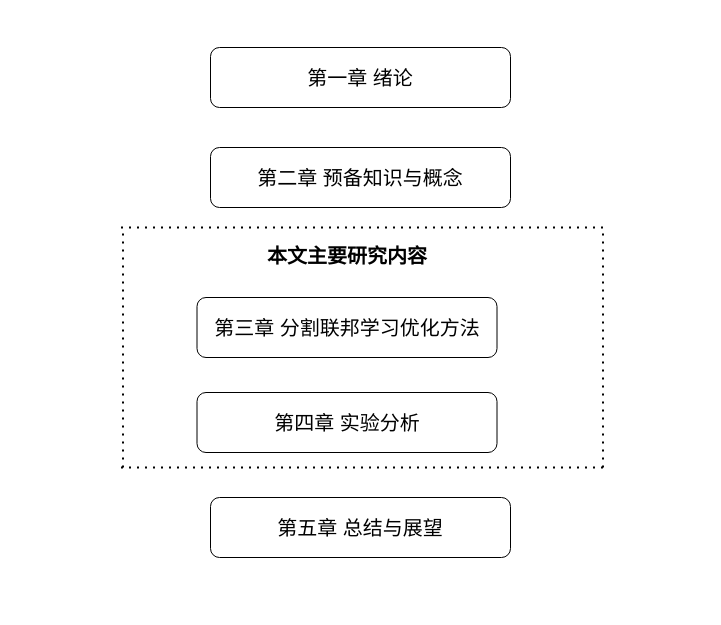
The draw.io diagram 论文组织结构图.drawio in XiaoWenZz/draw-io, before the edit. Source tidied: cells renumbered, new cells numbered last; positions are measured from the earlier drawing's top-left corner, leaving out a move shared by most shapes. Both pictures are drawn from the tidied source at 100%, with x=0, y=0 at pixel (118, 47).
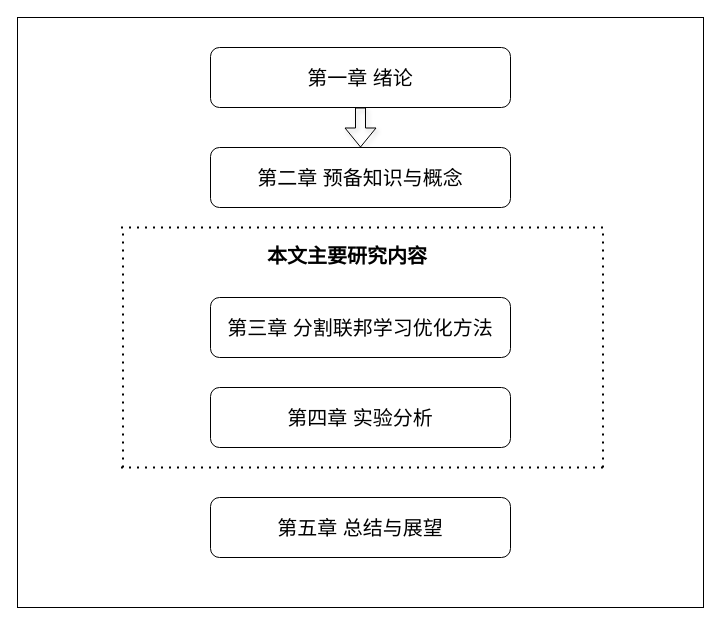
Above is the later version.

Commit message (it also covers changes not shown here):
更新论文组织结构图.drawio

Diff of the diagram source:
```diff
@@
 <mxGraphModel>
   <root>
     <mxCell id="0" />
     <mxCell id="1" parent="0" />
+    <mxCell id="13" style="rounded=0;whiteSpace=wrap;html=1;" parent="1" vertex="1">
+      <mxGeometry x="-101" y="-30" width="686" height="590" as="geometry" />
+    </mxCell>
+    <mxCell id="14" style="edgeStyle=orthogonalEdgeStyle;rounded=0;jettySize=auto;html=1;exitX=0.5;exitY=1;exitDx=0;exitDy=0;entryX=0.5;entryY=0;entryDx=0;entryDy=0;shadow=1;curved=0;shape=flexArrow;endArrow=block;" parent="1" edge="1" source="2" target="3">
+      <mxGeometry relative="1" as="geometry" />
+    </mxCell>
     <mxCell id="2" value="&lt;font style=&quot;font-size: 20px;&quot;&gt;&lt;font style=&quot;&quot;&gt;第一章&lt;/font&gt;&lt;font style=&quot;&quot;&gt; 绪论&lt;/font&gt;&lt;/font&gt;" style="rounded=1;whiteSpace=wrap;html=1;" parent="1" vertex="1">
       <mxGeometry x="92" width="300" height="60" as="geometry" />
     </mxCell>
     <mxCell id="3" value="&lt;font style=&quot;font-size: 20px;&quot;&gt;第二章 预备知识与概念&lt;/font&gt;" style="rounded=1;whiteSpace=wrap;html=1;" parent="1" vertex="1">
       <mxGeometry x="92" y="100" width="300" height="60" as="geometry" />
     </mxCell>
     <mxCell id="4" value="&lt;font style=&quot;font-size: 20px;&quot;&gt;第五章 总结与展望&lt;/font&gt;" style="rounded=1;whiteSpace=wrap;html=1;" parent="1" vertex="1">
       <mxGeometry x="92" y="450" width="300" height="60" as="geometry" />
     </mxCell>
     <mxCell id="5" style="group;" parent="1" vertex="1">
       <mxGeometry x="-0.5" y="180" width="485" height="240" as="geometry" />
     </mxCell>
     <mxCell id="6" style="endArrow=none;dashed=1;html=1;dashPattern=1 3;strokeWidth=2;rounded=0;" parent="5" edge="1">
       <mxGeometry relative="1" as="geometry">
         <mxPoint x="5" y="240" as="sourcePoint" />
         <mxPoint x="5" as="targetPoint" />
       </mxGeometry>
     </mxCell>
     <mxCell id="7" style="endArrow=none;dashed=1;html=1;dashPattern=1 3;strokeWidth=2;rounded=0;" parent="5" edge="1">
       <mxGeometry relative="1" as="geometry">
         <mxPoint x="485" as="sourcePoint" />
         <mxPoint as="targetPoint" />
       </mxGeometry>
     </mxCell>
     <mxCell id="8" style="endArrow=none;dashed=1;html=1;dashPattern=1 3;strokeWidth=2;rounded=0;" parent="5" edge="1">
       <mxGeometry relative="1" as="geometry">
         <mxPoint x="485" y="240" as="sourcePoint" />
         <mxPoint y="240" as="targetPoint" />
       </mxGeometry>
     </mxCell>
     <mxCell id="9" style="endArrow=none;dashed=1;html=1;dashPattern=1 3;strokeWidth=2;rounded=0;" parent="5" edge="1">
       <mxGeometry relative="1" as="geometry">
         <mxPoint x="485" y="240" as="sourcePoint" />
         <mxPoint x="485" as="targetPoint" />
       </mxGeometry>
     </mxCell>
     <mxCell id="10" value="&lt;b&gt;&lt;font style=&quot;font-size: 20px;&quot;&gt;本&lt;/font&gt;&lt;font style=&quot;background-color: transparent; font-size: 20px;&quot;&gt;文&lt;/font&gt;&lt;font style=&quot;background-color: transparent; font-size: 20px;&quot;&gt;主&lt;/font&gt;&lt;font style=&quot;background-color: transparent; font-size: 20px;&quot;&gt;要&lt;/font&gt;&lt;font style=&quot;background-color: transparent; font-size: 20px;&quot;&gt;研&lt;/font&gt;&lt;font style=&quot;background-color: transparent; font-size: 20px;&quot;&gt;究&lt;/font&gt;&lt;font style=&quot;background-color: transparent; font-size: 20px;&quot;&gt;内&lt;/font&gt;&lt;span style=&quot;background-color: transparent; font-size: 20px;&quot;&gt;容&lt;/span&gt;&lt;/b&gt;" style="text;html=1;align=center;verticalAlign=middle;whiteSpace=wrap;rounded=0;horizontal=1;" parent="5" vertex="1">
       <mxGeometry x="119" width="220" height="55" as="geometry" />
     </mxCell>
     <mxCell id="11" value="&lt;font style=&quot;font-size: 20px;&quot;&gt;第三章 分割联邦学习优化方法&lt;/font&gt;" style="rounded=1;whiteSpace=wrap;html=1;" parent="5" vertex="1">
-      <mxGeometry x="79" y="70" width="300" height="60" as="geometry" />
+      <mxGeometry x="92.5" y="70" width="300" height="60" as="geometry" />
     </mxCell>
     <mxCell id="12" value="&lt;font style=&quot;font-size: 20px;&quot;&gt;第四章 实验分析&lt;/font&gt;" style="rounded=1;whiteSpace=wrap;html=1;" parent="5" vertex="1">
-      <mxGeometry x="79" y="165" width="300" height="60" as="geometry" />
+      <mxGeometry x="92.5" y="160" width="300" height="60" as="geometry" />
     </mxCell>
   </root>
 </mxGraphModel>
```
